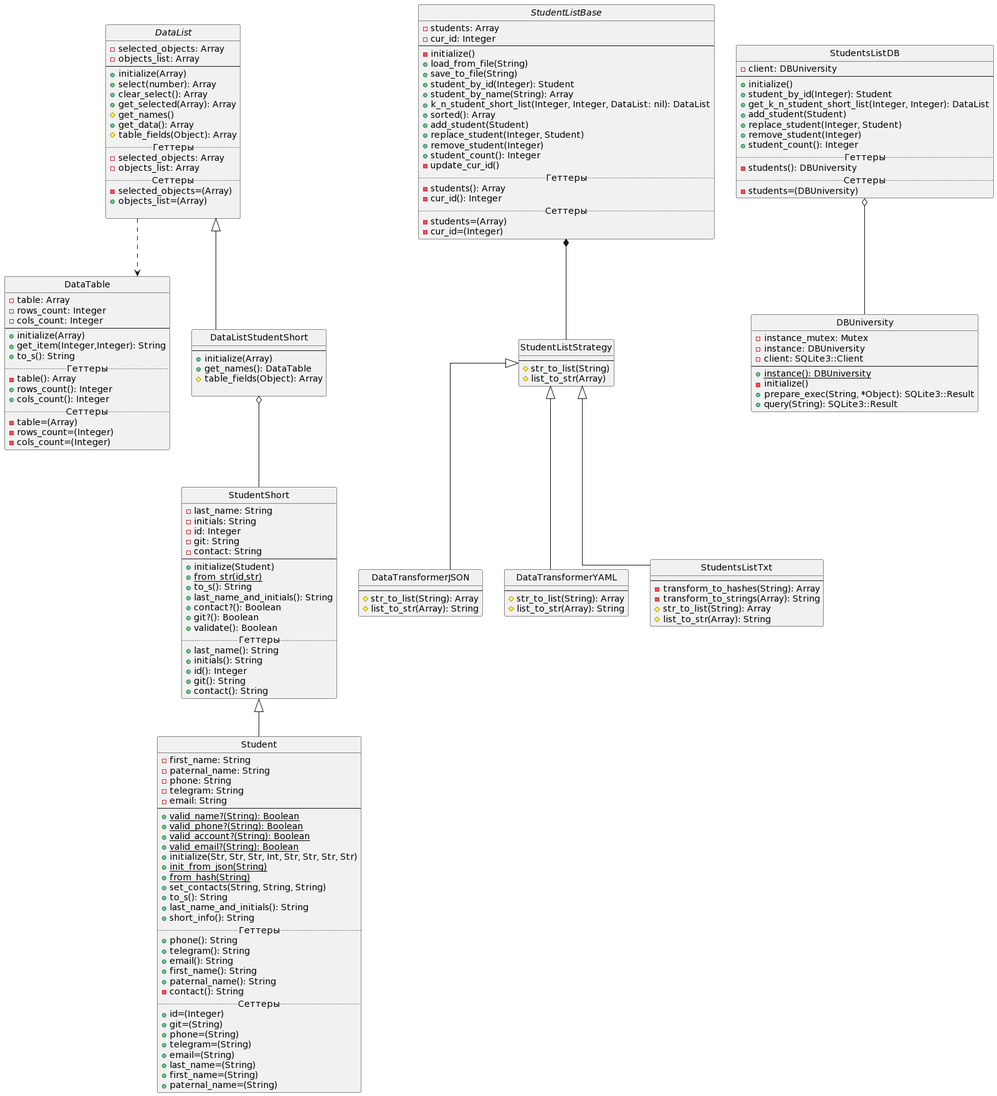
Earlier version of the PlantUML export Diagrams/class_diagrams/class_diagram.png (waasabi13/ruby_labs).
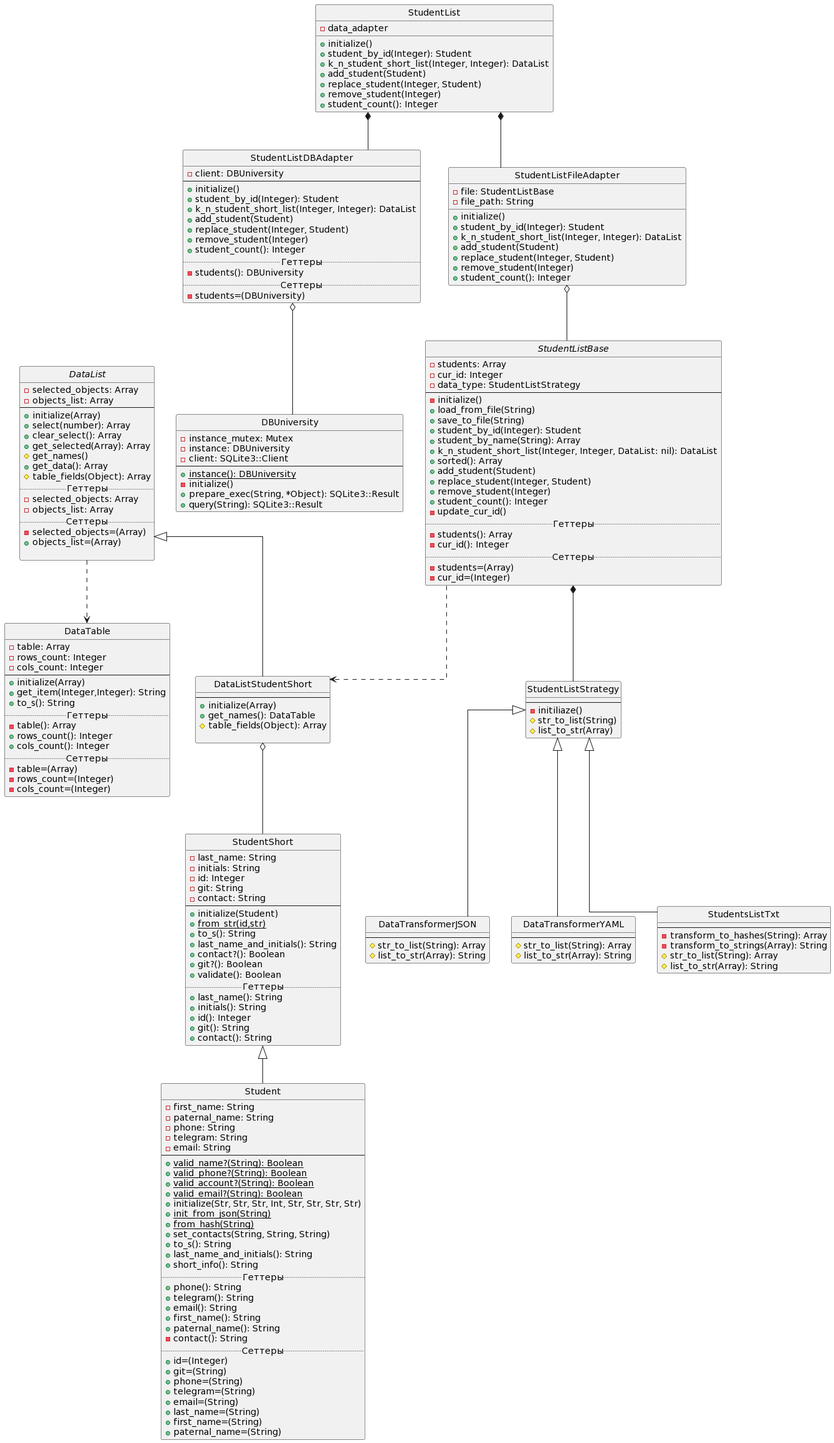
After the change.

What changed in the source:
```diff
@@ -112,6 +112,7 @@
 abstract class StudentListBase {
      -students: Array
      -cur_id: Integer
+     -data_type: StudentListStrategy
      --
      -initialize()
      +load_from_file(String)
@@ -135,6 +136,7 @@
 
 class StudentListStrategy {
     --
+    -initiliaze()
     #str_to_list(String)
     #list_to_str(Array)
 }
@@ -168,12 +170,12 @@
      +prepare_exec(String, *Object): SQLite3::Result
      +query(String): SQLite3::Result
  }
-class StudentsListDB {
+class StudentListDBAdapter {
      -client: DBUniversity
      --
      +initialize()
      +student_by_id(Integer): Student
-     +get_k_n_student_short_list(Integer, Integer): DataList
+     +k_n_student_short_list(Integer, Integer): DataList
      +add_student(Student)
      +replace_student(Integer, Student)
      +remove_student(Integer)
@@ -183,8 +185,35 @@
      .. Сеттеры ..
      -students=(DBUniversity)
  }
+
+class StudentList {
+-data_adapter
+     +initialize()
+     +student_by_id(Integer): Student
+     +k_n_student_short_list(Integer, Integer): DataList
+     +add_student(Student)
+     +replace_student(Integer, Student)
+     +remove_student(Integer)
+     +student_count(): Integer
+}
+
+class StudentListFileAdapter {
+-file: StudentListBase
+-file_path: String
+     +initialize()
+     +student_by_id(Integer): Student
+     +k_n_student_short_list(Integer, Integer): DataList
+     +add_student(Student)
+     +replace_student(Integer, Student)
+     +remove_student(Integer)
+     +student_count(): Integer
+}
 DataList ..> DataTable
+StudentListBase ..> DataListStudentShort
 StudentListBase *-- StudentListStrategy
 DataListStudentShort o-- StudentShort
-StudentsListDB o-- DBUniversity
+StudentListDBAdapter o-- DBUniversity
+StudentList *-- StudentListDBAdapter
+StudentListFileAdapter o-- StudentListBase
+StudentList *-- StudentListFileAdapter
 @enduml
```
